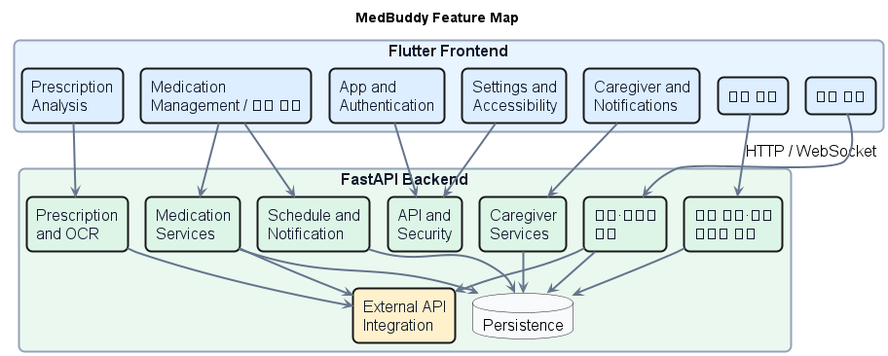
Above: docs/UML/class/01_FeatureMap.png in 1window2/MedBuddy (PlantUML), before the change.
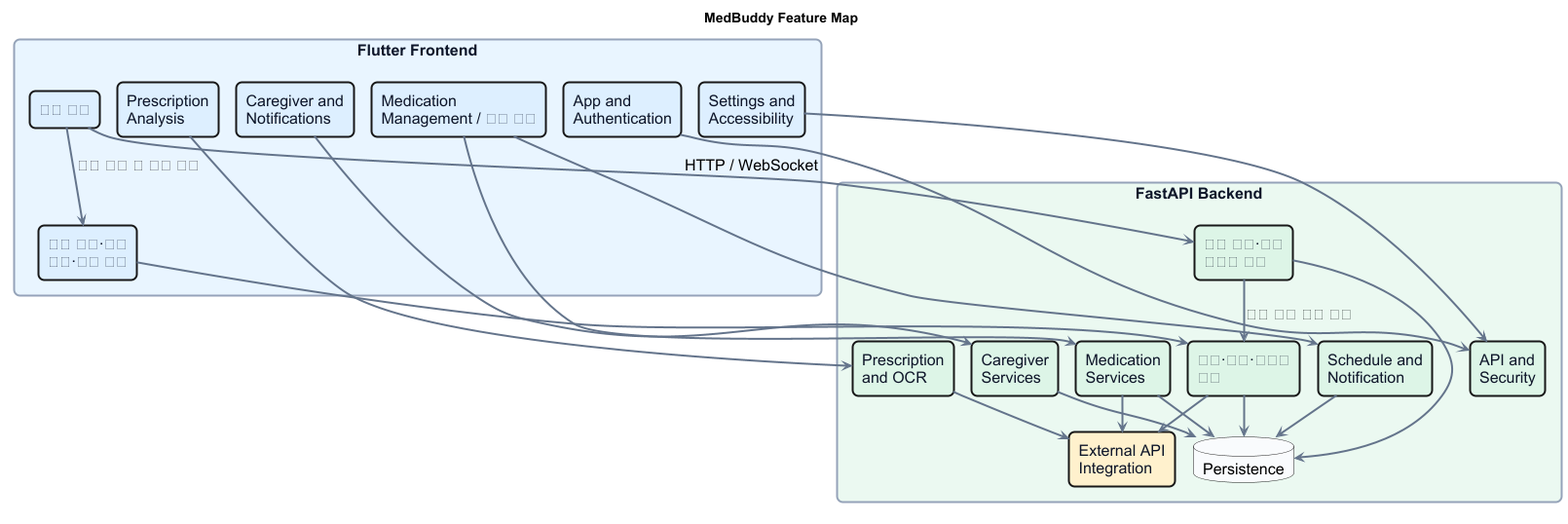
Above is the later version.

What changed in the source:
```diff
@@ -28,7 +28,7 @@
   rectangle "Caregiver and\nNotifications" as FE_CARE #DCEEFF
   rectangle "Settings and\nAccessibility" as FE_SETTINGS #DCEEFF
   rectangle "연동 채팅" as FE_CHAT #DCEEFF
-  rectangle "근처 약국" as FE_PHARMACY #DCEEFF
+  rectangle "근처 병원·약국\n지도·조회 조건" as FE_PHARMACY #DCEEFF
 
   FE_AUTH -[hidden]right-> FE_RX
   FE_RX -[hidden]right-> FE_MED
@@ -45,7 +45,7 @@
   rectangle "Schedule and\nNotification" as BE_SCHEDULE #DDF5E7
   rectangle "Caregiver\nServices" as BE_CARE #DDF5E7
   rectangle "채팅 저장·권한\n실시간 연결" as BE_CHAT #DDF5E7
-  rectangle "약국·공휴일\n조회" as BE_PHARMACY #DDF5E7
+  rectangle "병원·약국·공휴일\n조회" as BE_PHARMACY #DDF5E7
   rectangle "External API\nIntegration" as BE_EXTERNAL #FFF1CC
   database "Persistence" as BE_DB #F8FAFC
 
@@ -65,6 +65,8 @@
 FE_SETTINGS --> BE_API
 FE_CHAT --> BE_CHAT : HTTP / WebSocket
 FE_PHARMACY --> BE_PHARMACY
+FE_CHAT --> FE_PHARMACY : 장소 선택 후 공유 확인
+BE_CHAT --> BE_PHARMACY : 병원 문맥 서버 검증
 
 BE_RX --> BE_EXTERNAL
 BE_MED --> BE_EXTERNAL
```
